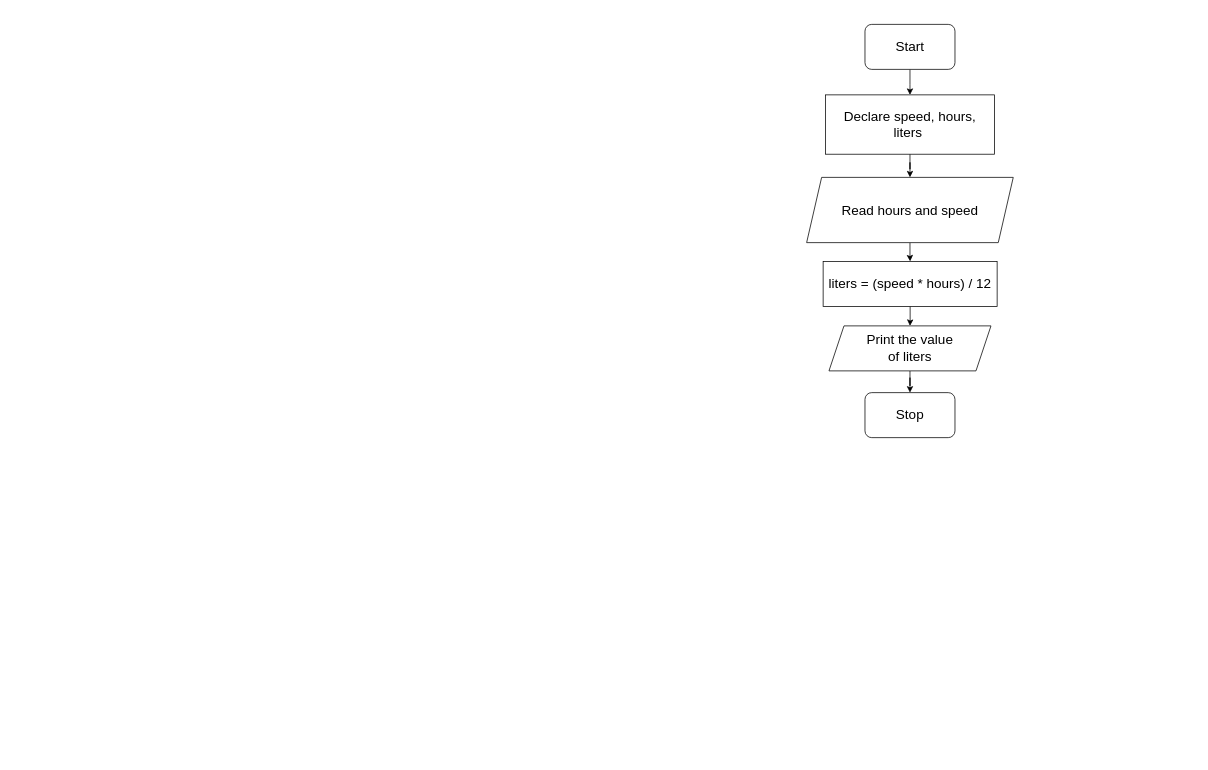
The draw.io diagram Untitled Diagram.drawio in rustybladez/flowcharts, before the edit. Source tidied: cells renumbered, new cells numbered last; positions are measured from the earlier drawing's top-left corner, leaving out a move shared by most shapes. Both pictures are drawn from the tidied source at 75%, with x=0, y=0 at pixel (806, 24).
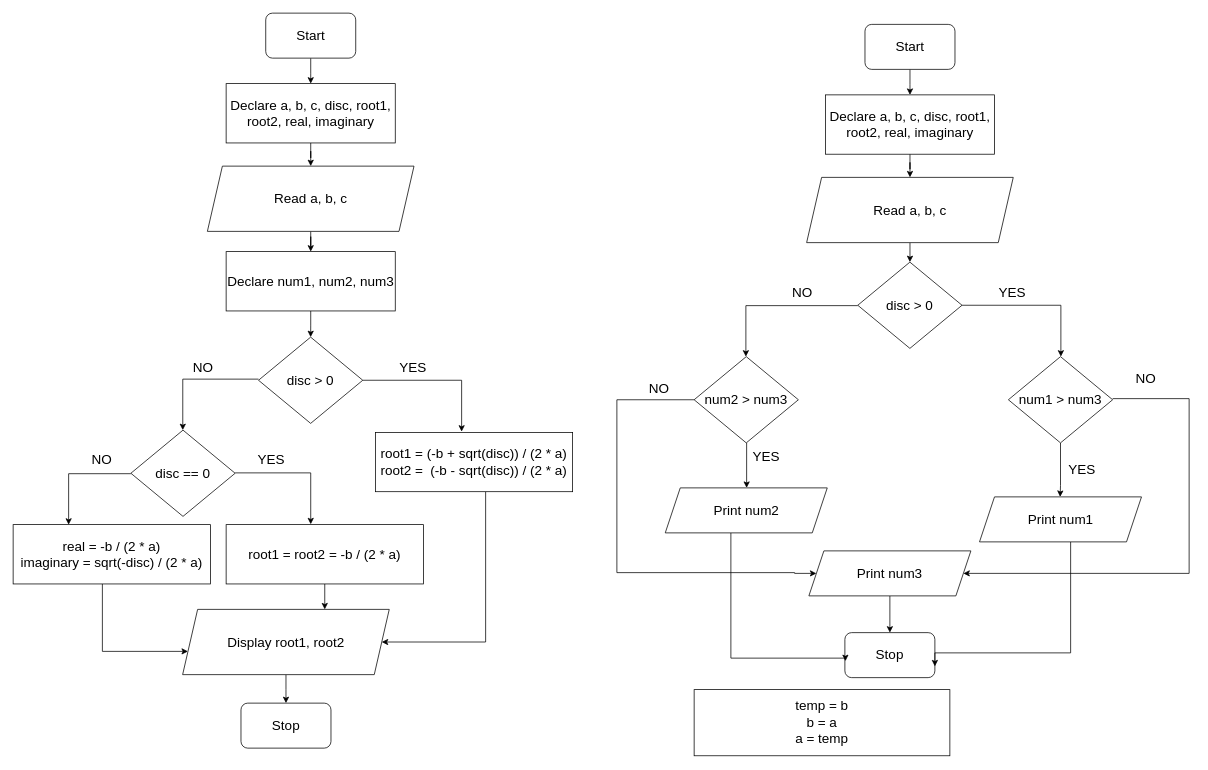
The same diagram, later.

The edit, as a diff of the source:
```diff
@@
-    <mxCell id="4" value="Declare&amp;nbsp;speed, hours, liters&amp;nbsp;" style="rounded=0;whiteSpace=wrap;html=1;fontSize=18;" parent="1" vertex="1">
+    <mxCell id="4" value="Declare&amp;nbsp;a, b, c, disc, root1, root2, real, imaginary" style="rounded=0;whiteSpace=wrap;html=1;fontSize=18;" parent="1" vertex="1">
       <mxGeometry x="25" y="94" width="225.5" height="79.1" as="geometry" />
     </mxCell>
-    <mxCell id="5" style="edgeStyle=orthogonalEdgeStyle;rounded=0;jettySize=auto;html=1;fontSize=18;" parent="1" edge="1" source="6" target="8">
-      <mxGeometry relative="1" as="geometry" />
-    </mxCell>
+    <mxCell id="14" style="edgeStyle=orthogonalEdgeStyle;rounded=0;jettySize=auto;html=1;fontSize=18;" parent="1" edge="1" source="6" target="17">
+      <mxGeometry relative="1" as="geometry" />
+    </mxCell>
-    <mxCell id="6" value="Read hours and speed" style="shape=parallelogram;perimeter=parallelogramPerimeter;whiteSpace=wrap;html=1;fixedSize=1;fontSize=18;" parent="1" vertex="1">
+    <mxCell id="6" value="Read&amp;nbsp;a, b, c" style="shape=parallelogram;perimeter=parallelogramPerimeter;whiteSpace=wrap;html=1;fixedSize=1;fontSize=18;" parent="1" vertex="1">
       <mxGeometry y="204" width="275.5" height="87" as="geometry" />
     </mxCell>
-    <mxCell id="7" style="edgeStyle=orthogonalEdgeStyle;rounded=0;jettySize=auto;html=1;fontSize=18;" parent="1" edge="1" source="8" target="10">
-      <mxGeometry relative="1" as="geometry" />
-    </mxCell>
-    <mxCell id="8" value="liters = (speed * hours) / 12" style="rounded=0;whiteSpace=wrap;html=1;fontSize=18;" parent="1" vertex="1">
-      <mxGeometry x="22" y="316" width="232" height="60" as="geometry" />
+    <mxCell id="8" value="temp = b&lt;br&gt;b = a&lt;br&gt;a = temp" style="rounded=0;whiteSpace=wrap;html=1;fontSize=18;" parent="1" vertex="1">
+      <mxGeometry x="-150" y="887" width="341" height="88.2" as="geometry" />
     </mxCell>
-    <mxCell id="9" style="edgeStyle=orthogonalEdgeStyle;rounded=0;jettySize=auto;html=1;fontSize=18;" parent="1" edge="1" source="10" target="13">
-      <mxGeometry relative="1" as="geometry" />
-    </mxCell>
-    <mxCell id="10" value="Print the value &lt;br&gt;of liters" style="shape=parallelogram;perimeter=parallelogramPerimeter;whiteSpace=wrap;html=1;fixedSize=1;fontSize=18;rounded=0;" parent="1" vertex="1">
-      <mxGeometry x="29.8" y="402" width="216" height="60" as="geometry" />
-    </mxCell>
@@
     <mxCell id="13" value="Stop" style="rounded=1;whiteSpace=wrap;html=1;fontSize=18;" parent="1" vertex="1">
-      <mxGeometry x="77.8" y="491" width="120" height="60" as="geometry" />
+      <mxGeometry x="51" y="811" width="120" height="60" as="geometry" />
     </mxCell>
+    <mxCell id="15" style="edgeStyle=orthogonalEdgeStyle;rounded=0;orthogonalLoop=1;jettySize=auto;html=1;" parent="1" edge="1">
+      <mxGeometry relative="1" as="geometry">
+        <mxPoint x="137.8" y="616.2" as="sourcePoint" />
+      </mxGeometry>
+    </mxCell>
+    <mxCell id="16" style="edgeStyle=orthogonalEdgeStyle;rounded=0;jettySize=auto;html=1;fontSize=18;entryX=0.5;entryY=0;entryDx=0;entryDy=0;exitX=1;exitY=0.5;exitDx=0;exitDy=0;" parent="1" edge="1" source="17">
+      <mxGeometry relative="1" as="geometry">
+        <mxPoint x="339" y="443" as="targetPoint" />
+        <Array as="points">
+          <mxPoint x="339" y="375" />
+        </Array>
+      </mxGeometry>
+    </mxCell>
+    <mxCell id="17" value="&lt;font style=&quot;font-size: 18px;&quot;&gt;disc &amp;gt; 0&lt;/font&gt;" style="rhombus;whiteSpace=wrap;html=1;" parent="1" vertex="1">
+      <mxGeometry x="68.2" y="317" width="139" height="115" as="geometry" />
+    </mxCell>
+    <mxCell id="18" style="edgeStyle=orthogonalEdgeStyle;rounded=0;jettySize=auto;html=1;fontSize=18;exitX=0.5;exitY=1;exitDx=0;exitDy=0;" parent="1" edge="1" source="27">
+      <mxGeometry relative="1" as="geometry">
+        <mxPoint x="338" y="630" as="targetPoint" />
+        <Array as="points">
+          <mxPoint x="338" y="615" />
+        </Array>
+      </mxGeometry>
+    </mxCell>
+    <mxCell id="19" value="YES" style="text;html=1;align=center;verticalAlign=middle;strokeColor=none;fillColor=none;fontSize=18;" parent="1" vertex="1">
+      <mxGeometry x="250.5" y="345" width="46" height="26" as="geometry" />
+    </mxCell>
+    <mxCell id="20" style="edgeStyle=orthogonalEdgeStyle;rounded=0;orthogonalLoop=1;jettySize=auto;html=1;fontSize=18;" parent="1" edge="1">
+      <mxGeometry relative="1" as="geometry">
+        <mxPoint x="68.2" y="375" as="sourcePoint" />
+        <mxPoint x="-81" y="443" as="targetPoint" />
+        <Array as="points">
+          <mxPoint x="-81" y="375" />
+        </Array>
+      </mxGeometry>
+    </mxCell>
+    <mxCell id="21" value="NO" style="text;html=1;align=center;verticalAlign=middle;strokeColor=none;fillColor=none;fontSize=18;" parent="1" vertex="1">
+      <mxGeometry x="-25" y="345" width="37" height="26" as="geometry" />
+    </mxCell>
+    <mxCell id="22" style="edgeStyle=orthogonalEdgeStyle;rounded=0;jettySize=auto;html=1;fontSize=18;" parent="1" edge="1" source="24">
+      <mxGeometry relative="1" as="geometry">
+        <mxPoint x="-80" y="618" as="targetPoint" />
+        <Array as="points">
+          <mxPoint x="-80" y="618" />
+        </Array>
+      </mxGeometry>
+    </mxCell>
+    <mxCell id="23" style="edgeStyle=orthogonalEdgeStyle;rounded=0;jettySize=auto;html=1;fontSize=18;entryX=0;entryY=0.5;entryDx=0;entryDy=0;" parent="1" edge="1" source="24" target="31">
+      <mxGeometry relative="1" as="geometry">
+        <Array as="points">
+          <mxPoint x="-253" y="501" />
+          <mxPoint x="-253" y="731" />
+          <mxPoint x="-16" y="731" />
+        </Array>
+      </mxGeometry>
+    </mxCell>
+    <mxCell id="24" value="&lt;font style=&quot;font-size: 18px;&quot;&gt;num2 &amp;gt; num3&lt;/font&gt;" style="rhombus;whiteSpace=wrap;html=1;" parent="1" vertex="1">
+      <mxGeometry x="-150" y="443" width="139" height="115" as="geometry" />
+    </mxCell>
+    <mxCell id="25" style="edgeStyle=orthogonalEdgeStyle;rounded=0;jettySize=auto;html=1;fontSize=18;entryX=1;entryY=0.75;entryDx=0;entryDy=0;" parent="1" edge="1" source="26" target="13">
+      <mxGeometry relative="1" as="geometry">
+        <Array as="points">
+          <mxPoint x="352" y="838" />
+          <mxPoint x="171" y="838" />
+        </Array>
+      </mxGeometry>
+    </mxCell>
+    <mxCell id="26" value="Print num1" style="shape=parallelogram;perimeter=parallelogramPerimeter;whiteSpace=wrap;html=1;fixedSize=1;fontSize=18;rounded=0;" parent="1" vertex="1">
+      <mxGeometry x="230.5" y="630" width="216" height="60" as="geometry" />
+    </mxCell>
+    <mxCell id="27" value="&lt;font style=&quot;font-size: 18px;&quot;&gt;num1 &amp;gt; num3&lt;/font&gt;" style="rhombus;whiteSpace=wrap;html=1;" parent="1" vertex="1">
+      <mxGeometry x="269" y="443" width="139" height="115" as="geometry" />
+    </mxCell>
+    <mxCell id="28" style="edgeStyle=orthogonalEdgeStyle;rounded=0;jettySize=auto;html=1;fontSize=18;entryX=0.006;entryY=0.633;entryDx=0;entryDy=0;entryPerimeter=0;" parent="1" edge="1" source="29" target="13">
+      <mxGeometry relative="1" as="geometry">
+        <Array as="points">
+          <mxPoint x="-101" y="845" />
+          <mxPoint x="52" y="845" />
+        </Array>
+      </mxGeometry>
+    </mxCell>
+    <mxCell id="29" value="Print num2" style="shape=parallelogram;perimeter=parallelogramPerimeter;whiteSpace=wrap;html=1;fixedSize=1;fontSize=18;rounded=0;" parent="1" vertex="1">
+      <mxGeometry x="-188.5" y="618" width="216" height="60" as="geometry" />
+    </mxCell>
+    <mxCell id="30" style="edgeStyle=orthogonalEdgeStyle;rounded=0;jettySize=auto;html=1;fontSize=18;" parent="1" edge="1" source="31" target="13">
+      <mxGeometry relative="1" as="geometry" />
+    </mxCell>
+    <mxCell id="31" value="Print num3" style="shape=parallelogram;perimeter=parallelogramPerimeter;whiteSpace=wrap;html=1;fixedSize=1;fontSize=18;rounded=0;" parent="1" vertex="1">
+      <mxGeometry x="3" y="702" width="216" height="60" as="geometry" />
+    </mxCell>
+    <mxCell id="32" value="YES" style="text;html=1;align=center;verticalAlign=middle;strokeColor=none;fillColor=none;fontSize=18;" parent="1" vertex="1">
+      <mxGeometry x="344" y="581" width="46" height="26" as="geometry" />
+    </mxCell>
+    <mxCell id="33" value="YES" style="text;html=1;align=center;verticalAlign=middle;strokeColor=none;fillColor=none;fontSize=18;" parent="1" vertex="1">
+      <mxGeometry x="-77" y="564" width="46" height="26" as="geometry" />
+    </mxCell>
+    <mxCell id="34" value="NO" style="text;html=1;align=center;verticalAlign=middle;strokeColor=none;fillColor=none;fontSize=18;" parent="1" vertex="1">
+      <mxGeometry x="-216" y="473" width="37" height="26" as="geometry" />
+    </mxCell>
+    <mxCell id="35" style="edgeStyle=orthogonalEdgeStyle;rounded=0;jettySize=auto;html=1;fontSize=18;entryX=1;entryY=0.5;entryDx=0;entryDy=0;" parent="1" edge="1" target="31">
+      <mxGeometry relative="1" as="geometry">
+        <mxPoint x="408" y="499" as="sourcePoint" />
+        <Array as="points">
+          <mxPoint x="510" y="499" />
+          <mxPoint x="510" y="732" />
+        </Array>
+      </mxGeometry>
+    </mxCell>
+    <mxCell id="36" value="NO" style="text;html=1;align=center;verticalAlign=middle;strokeColor=none;fillColor=none;fontSize=18;" parent="1" vertex="1">
+      <mxGeometry x="433" y="460" width="37" height="26" as="geometry" />
+    </mxCell>
+    <mxCell id="37" style="edgeStyle=orthogonalEdgeStyle;rounded=0;jettySize=auto;html=1;fontSize=18;" parent="1" edge="1" source="38" target="40">
+      <mxGeometry relative="1" as="geometry" />
+    </mxCell>
+    <mxCell id="38" value="Declare&amp;nbsp;a, b, c, disc, root1, root2, real, imaginary" style="rounded=0;whiteSpace=wrap;html=1;fontSize=18;" parent="1" vertex="1">
+      <mxGeometry x="-774" y="79" width="225.5" height="79.1" as="geometry" />
+    </mxCell>
+    <mxCell id="39" style="edgeStyle=orthogonalEdgeStyle;rounded=0;jettySize=auto;html=1;fontSize=18;" parent="1" edge="1" source="40" target="44">
+      <mxGeometry relative="1" as="geometry" />
+    </mxCell>
+    <mxCell id="40" value="Read&amp;nbsp;a, b, c" style="shape=parallelogram;perimeter=parallelogramPerimeter;whiteSpace=wrap;html=1;fixedSize=1;fontSize=18;" parent="1" vertex="1">
+      <mxGeometry x="-799" y="189" width="275.5" height="87" as="geometry" />
+    </mxCell>
+    <mxCell id="41" style="edgeStyle=orthogonalEdgeStyle;rounded=0;jettySize=auto;html=1;fontSize=18;" parent="1" edge="1" source="42" target="38">
+      <mxGeometry relative="1" as="geometry" />
+    </mxCell>
+    <mxCell id="42" value="Start" style="rounded=1;whiteSpace=wrap;html=1;fontSize=18;" parent="1" vertex="1">
+      <mxGeometry x="-721.2" y="-15" width="120" height="60" as="geometry" />
+    </mxCell>
+    <mxCell id="43" style="edgeStyle=orthogonalEdgeStyle;rounded=0;jettySize=auto;html=1;fontSize=18;" parent="1" edge="1" source="44" target="46">
+      <mxGeometry relative="1" as="geometry" />
+    </mxCell>
+    <mxCell id="44" value="Declare num1, num2, num3" style="rounded=0;whiteSpace=wrap;html=1;fontSize=18;" parent="1" vertex="1">
+      <mxGeometry x="-774" y="303" width="225.5" height="79.1" as="geometry" />
+    </mxCell>
+    <mxCell id="45" style="edgeStyle=orthogonalEdgeStyle;rounded=0;jettySize=auto;html=1;fontSize=18;entryX=0.5;entryY=0;entryDx=0;entryDy=0;exitX=1;exitY=0.5;exitDx=0;exitDy=0;" parent="1" edge="1" source="46">
+      <mxGeometry relative="1" as="geometry">
+        <mxPoint x="-460" y="543" as="targetPoint" />
+        <Array as="points">
+          <mxPoint x="-460" y="475" />
+        </Array>
+      </mxGeometry>
+    </mxCell>
+    <mxCell id="46" value="&lt;font style=&quot;font-size: 18px;&quot;&gt;disc &amp;gt; 0&lt;/font&gt;" style="rhombus;whiteSpace=wrap;html=1;" parent="1" vertex="1">
+      <mxGeometry x="-730.8" y="417" width="139" height="115" as="geometry" />
+    </mxCell>
+    <mxCell id="47" value="YES" style="text;html=1;align=center;verticalAlign=middle;strokeColor=none;fillColor=none;fontSize=18;" parent="1" vertex="1">
+      <mxGeometry x="-548.5" y="445" width="46" height="26" as="geometry" />
+    </mxCell>
+    <mxCell id="48" style="edgeStyle=orthogonalEdgeStyle;rounded=0;orthogonalLoop=1;jettySize=auto;html=1;fontSize=18;" parent="1" edge="1">
+      <mxGeometry relative="1" as="geometry">
+        <mxPoint x="-730.8" y="473" as="sourcePoint" />
+        <mxPoint x="-831.8" y="541" as="targetPoint" />
+        <Array as="points">
+          <mxPoint x="-831.8" y="473" />
+        </Array>
+      </mxGeometry>
+    </mxCell>
+    <mxCell id="49" value="NO" style="text;html=1;align=center;verticalAlign=middle;strokeColor=none;fillColor=none;fontSize=18;" parent="1" vertex="1">
+      <mxGeometry x="-824" y="445" width="37" height="26" as="geometry" />
+    </mxCell>
+    <mxCell id="50" style="edgeStyle=orthogonalEdgeStyle;rounded=0;jettySize=auto;html=1;fontSize=18;entryX=1;entryY=0.5;entryDx=0;entryDy=0;" parent="1" edge="1" source="51" target="63">
+      <mxGeometry relative="1" as="geometry">
+        <Array as="points">
+          <mxPoint x="-428" y="823" />
+        </Array>
+      </mxGeometry>
+    </mxCell>
+    <mxCell id="51" value="root1 = (-b + sqrt(disc)) / (2 * a)&lt;br&gt;root2 =&amp;nbsp; (-b - sqrt(disc)) / (2 * a)" style="rounded=0;whiteSpace=wrap;html=1;fontSize=18;" parent="1" vertex="1">
+      <mxGeometry x="-575" y="544" width="263" height="79.1" as="geometry" />
+    </mxCell>
+    <mxCell id="52" value="&lt;font style=&quot;font-size: 18px;&quot;&gt;disc == 0&lt;/font&gt;" style="rhombus;whiteSpace=wrap;html=1;" parent="1" vertex="1">
+      <mxGeometry x="-901" y="541" width="139" height="115" as="geometry" />
+    </mxCell>
+    <mxCell id="53" style="edgeStyle=orthogonalEdgeStyle;rounded=0;orthogonalLoop=1;jettySize=auto;html=1;fontSize=18;" parent="1" edge="1">
+      <mxGeometry relative="1" as="geometry">
+        <mxPoint x="-901" y="599.1" as="sourcePoint" />
+        <mxPoint x="-984" y="667.1" as="targetPoint" />
+        <Array as="points">
+          <mxPoint x="-984" y="599.1" />
+        </Array>
+      </mxGeometry>
+    </mxCell>
+    <mxCell id="54" style="edgeStyle=orthogonalEdgeStyle;rounded=0;orthogonalLoop=1;jettySize=auto;html=1;fontSize=18;entryX=0.5;entryY=0;entryDx=0;entryDy=0;" parent="1" edge="1">
+      <mxGeometry relative="1" as="geometry">
+        <mxPoint x="-762" y="598" as="sourcePoint" />
+        <mxPoint x="-661.2" y="666.5" as="targetPoint" />
+        <Array as="points">
+          <mxPoint x="-661.2" y="598.5" />
+        </Array>
+      </mxGeometry>
+    </mxCell>
+    <mxCell id="55" value="YES" style="text;html=1;align=center;verticalAlign=middle;strokeColor=none;fillColor=none;fontSize=18;" parent="1" vertex="1">
+      <mxGeometry x="-737" y="567" width="46" height="26" as="geometry" />
+    </mxCell>
+    <mxCell id="56" style="edgeStyle=orthogonalEdgeStyle;rounded=0;jettySize=auto;html=1;fontSize=18;" parent="1" edge="1" source="57" target="63">
+      <mxGeometry relative="1" as="geometry">
+        <Array as="points">
+          <mxPoint x="-642" y="770" />
+          <mxPoint x="-642" y="770" />
+        </Array>
+      </mxGeometry>
+    </mxCell>
+    <mxCell id="57" value="root1 = root2 = -b / (2 * a)" style="rounded=0;whiteSpace=wrap;html=1;fontSize=18;" parent="1" vertex="1">
+      <mxGeometry x="-774" y="667" width="263" height="79.1" as="geometry" />
+    </mxCell>
+    <mxCell id="58" value="NO" style="text;html=1;align=center;verticalAlign=middle;strokeColor=none;fillColor=none;fontSize=18;" parent="1" vertex="1">
+      <mxGeometry x="-959" y="567" width="37" height="26" as="geometry" />
+    </mxCell>
+    <mxCell id="59" style="edgeStyle=orthogonalEdgeStyle;rounded=0;jettySize=auto;html=1;fontSize=18;" parent="1" edge="1" source="60" target="63">
+      <mxGeometry relative="1" as="geometry">
+        <Array as="points">
+          <mxPoint x="-939" y="836" />
+        </Array>
+      </mxGeometry>
+    </mxCell>
+    <mxCell id="60" value="real = -b / (2 * a)&lt;br&gt;imaginary = sqrt(-disc) / (2 * a)" style="rounded=0;whiteSpace=wrap;html=1;fontSize=18;" parent="1" vertex="1">
+      <mxGeometry x="-1058" y="667" width="263" height="79.1" as="geometry" />
+    </mxCell>
+    <mxCell id="61" value="Stop" style="rounded=1;whiteSpace=wrap;html=1;fontSize=18;" parent="1" vertex="1">
+      <mxGeometry x="-754.2" y="905" width="120" height="60" as="geometry" />
+    </mxCell>
+    <mxCell id="62" style="edgeStyle=orthogonalEdgeStyle;rounded=0;jettySize=auto;html=1;fontSize=18;" parent="1" edge="1" source="63" target="61">
+      <mxGeometry relative="1" as="geometry" />
+    </mxCell>
+    <mxCell id="63" value="Display root1, root2" style="shape=parallelogram;perimeter=parallelogramPerimeter;whiteSpace=wrap;html=1;fixedSize=1;fontSize=18;" parent="1" vertex="1">
+      <mxGeometry x="-832" y="780" width="275.5" height="87" as="geometry" />
+    </mxCell>
```
